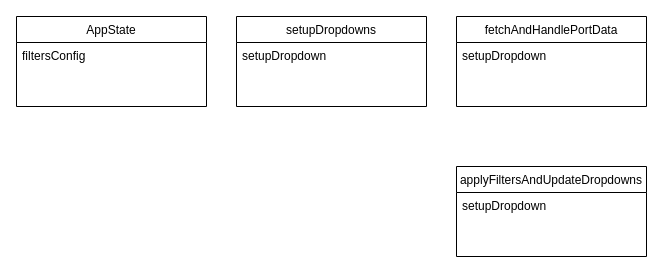
Above: page "Seite-3" (3 of 3) of images/Unbenanntes Diagramm.drawio in ORE01/Dashboard (draw.io), before the change. Source tidied: cells renumbered, new cells numbered last; positions are measured from the earlier drawing's top-left corner, leaving out a move shared by most shapes. Both pictures are drawn from the tidied source at 100%, with x=0, y=0 at pixel (16, 16).
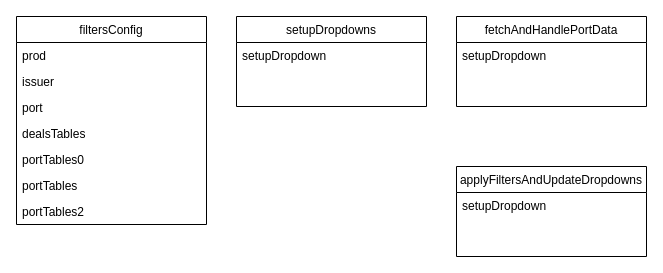
The same page after the edit.

Change to the diagram source:
```diff
@@
 <mxGraphModel>
   <root>
     <mxCell id="0" />
     <mxCell id="1" parent="0" />
     <mxCell id="2" value="setupDropdowns" style="swimlane;fontStyle=0;align=center;verticalAlign=top;horizontal=1;startSize=26;rounded=0;shadow=0;strokeWidth=1;labelBackgroundColor=none;" parent="1" vertex="1">
       <mxGeometry x="220" width="190" height="90" as="geometry" />
     </mxCell>
     <mxCell id="3" value="setupDropdown" style="text;align=left;verticalAlign=top;spacingLeft=4;spacingRight=4;overflow=hidden;labelBackgroundColor=none;" parent="2" vertex="1">
       <mxGeometry y="26" width="190" height="26" as="geometry" />
     </mxCell>
-    <mxCell id="4" value="AppState" style="swimlane;fontStyle=0;align=center;verticalAlign=top;horizontal=1;startSize=26;rounded=0;shadow=0;strokeWidth=1;labelBackgroundColor=none;" parent="1" vertex="1">
-      <mxGeometry width="190" height="90" as="geometry" />
+    <mxCell id="4" value="filtersConfig" style="swimlane;fontStyle=0;align=center;verticalAlign=top;horizontal=1;startSize=26;rounded=0;shadow=0;strokeWidth=1;labelBackgroundColor=none;" parent="1" vertex="1">
+      <mxGeometry width="190" height="208" as="geometry" />
     </mxCell>
-    <mxCell id="5" value="filtersConfig" style="text;align=left;verticalAlign=top;spacingLeft=4;spacingRight=4;overflow=hidden;labelBackgroundColor=none;" parent="4" vertex="1">
+    <mxCell id="5" value="prod&#10;&#10;" style="text;align=left;verticalAlign=top;spacingLeft=4;spacingRight=4;overflow=hidden;labelBackgroundColor=none;" parent="4" vertex="1">
       <mxGeometry y="26" width="190" height="26" as="geometry" />
     </mxCell>
+    <mxCell id="10" value="issuer" style="text;align=left;verticalAlign=top;spacingLeft=4;spacingRight=4;overflow=hidden;labelBackgroundColor=none;" parent="4" vertex="1">
+      <mxGeometry y="52" width="190" height="26" as="geometry" />
+    </mxCell>
+    <mxCell id="11" value="port" style="text;align=left;verticalAlign=top;spacingLeft=4;spacingRight=4;overflow=hidden;labelBackgroundColor=none;" parent="4" vertex="1">
+      <mxGeometry y="78" width="190" height="26" as="geometry" />
+    </mxCell>
+    <mxCell id="12" value="dealsTables&#10;" style="text;align=left;verticalAlign=top;spacingLeft=4;spacingRight=4;overflow=hidden;labelBackgroundColor=none;" parent="4" vertex="1">
+      <mxGeometry y="104" width="190" height="26" as="geometry" />
+    </mxCell>
+    <mxCell id="13" value="portTables0&#10;" style="text;align=left;verticalAlign=top;spacingLeft=4;spacingRight=4;overflow=hidden;labelBackgroundColor=none;" parent="4" vertex="1">
+      <mxGeometry y="130" width="190" height="26" as="geometry" />
+    </mxCell>
+    <mxCell id="14" value="portTables&#10;" style="text;align=left;verticalAlign=top;spacingLeft=4;spacingRight=4;overflow=hidden;labelBackgroundColor=none;" parent="4" vertex="1">
+      <mxGeometry y="156" width="190" height="26" as="geometry" />
+    </mxCell>
+    <mxCell id="15" value="portTables2&#10;" style="text;align=left;verticalAlign=top;spacingLeft=4;spacingRight=4;overflow=hidden;labelBackgroundColor=none;" parent="4" vertex="1">
+      <mxGeometry y="182" width="190" height="26" as="geometry" />
+    </mxCell>
     <mxCell id="6" value="fetchAndHandlePortData" style="swimlane;fontStyle=0;align=center;verticalAlign=top;horizontal=1;startSize=26;rounded=0;shadow=0;strokeWidth=1;labelBackgroundColor=none;" parent="1" vertex="1">
       <mxGeometry x="440" width="190" height="90" as="geometry" />
     </mxCell>
     <mxCell id="7" value="setupDropdown" style="text;align=left;verticalAlign=top;spacingLeft=4;spacingRight=4;overflow=hidden;labelBackgroundColor=none;" parent="6" vertex="1">
       <mxGeometry y="26" width="190" height="26" as="geometry" />
     </mxCell>
     <mxCell id="8" value="applyFiltersAndUpdateDropdowns" style="swimlane;fontStyle=0;align=center;verticalAlign=top;horizontal=1;startSize=26;rounded=0;shadow=0;strokeWidth=1;labelBackgroundColor=none;" parent="1" vertex="1">
       <mxGeometry x="440" y="150" width="190" height="90" as="geometry" />
     </mxCell>
     <mxCell id="9" value="setupDropdown" style="text;align=left;verticalAlign=top;spacingLeft=4;spacingRight=4;overflow=hidden;labelBackgroundColor=none;" parent="8" vertex="1">
       <mxGeometry y="26" width="190" height="26" as="geometry" />
     </mxCell>
   </root>
 </mxGraphModel>
```
